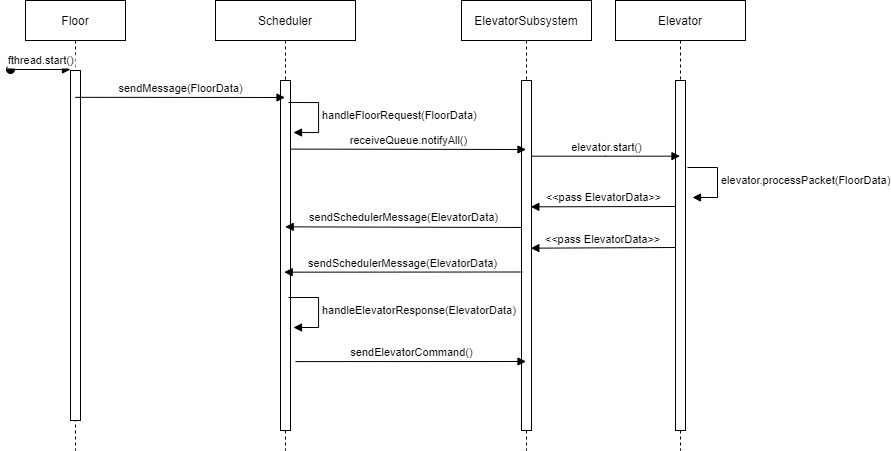
Before: diagrams/Iteration2Sequence.png, a diagram exported from draw.io (slukic0/elevator). Source tidied: cells renumbered, new cells last; positions are measured from the earlier drawing's top-left corner, leaving out a move shared by most shapes. Its diagram source:
```xml
<mxGraphModel>
  <root>
    <mxCell id="0" />
    <mxCell id="1" parent="0" />
    <mxCell id="2" value="Floor" style="shape=umlLifeline;perimeter=lifelinePerimeter;rounded=0;shadow=0;strokeWidth=1;" parent="1" vertex="1">
      <mxGeometry x="15" width="100" height="450" as="geometry" />
    </mxCell>
    <mxCell id="3" style="perimeter=orthogonalPerimeter;rounded=0;shadow=0;strokeWidth=1;" parent="2" vertex="1">
      <mxGeometry x="45" y="70" width="10" height="350" as="geometry" />
    </mxCell>
    <mxCell id="4" value="fthread.start()" style="verticalAlign=bottom;startArrow=oval;endArrow=block;startSize=8;shadow=0;strokeWidth=1;" parent="2" edge="1">
      <mxGeometry relative="1" as="geometry">
        <mxPoint x="-15" y="69" as="sourcePoint" />
        <mxPoint x="45" y="69" as="targetPoint" />
      </mxGeometry>
    </mxCell>
    <mxCell id="5" value="ElevatorSubsystem" style="shape=umlLifeline;perimeter=lifelinePerimeter;rounded=0;shadow=0;strokeWidth=1;" parent="1" vertex="1">
      <mxGeometry x="451" width="130" height="450" as="geometry" />
    </mxCell>
    <mxCell id="6" style="perimeter=orthogonalPerimeter;rounded=0;shadow=0;strokeWidth=1;" parent="5" vertex="1">
      <mxGeometry x="60" y="80" width="10" height="350" as="geometry" />
    </mxCell>
    <mxCell id="7" value="Scheduler" style="shape=umlLifeline;perimeter=lifelinePerimeter;rounded=0;shadow=0;strokeWidth=1;" parent="1" vertex="1">
      <mxGeometry x="205" width="140" height="450" as="geometry" />
    </mxCell>
    <mxCell id="8" style="points=[];perimeter=orthogonalPerimeter;rounded=0;shadow=0;strokeWidth=1;" parent="7" vertex="1">
      <mxGeometry x="65" y="80" width="10" height="350" as="geometry" />
    </mxCell>
    <mxCell id="9" value="sendMessage(FloorData)" style="html=1;verticalAlign=bottom;endArrow=block;edgeStyle=elbowEdgeStyle;elbow=vertical;curved=0;rounded=0;" parent="1" edge="1">
      <mxGeometry relative="1" as="geometry">
        <mxPoint x="64.7" y="96.8" as="sourcePoint" />
        <mxPoint x="274.5" y="96.8" as="targetPoint" />
      </mxGeometry>
    </mxCell>
    <mxCell id="10" value="handleFloorRequest(FloorData)" style="html=1;align=left;spacingLeft=2;endArrow=block;rounded=0;edgeStyle=orthogonalEdgeStyle;curved=0;rounded=0;" parent="1" edge="1">
      <mxGeometry relative="1" as="geometry">
        <mxPoint x="278" y="102" as="sourcePoint" />
        <mxPoint x="283" y="132" as="targetPoint" />
        <Array as="points">
          <mxPoint x="308" y="132" />
        </Array>
      </mxGeometry>
    </mxCell>
    <mxCell id="11" value="receiveQueue.notifyAll()" style="html=1;verticalAlign=bottom;endArrow=block;edgeStyle=elbowEdgeStyle;elbow=vertical;curved=0;rounded=0;exitX=0.941;exitY=0.196;exitDx=0;exitDy=0;exitPerimeter=0;" parent="1" edge="1" source="8" target="5">
      <mxGeometry relative="1" as="geometry" />
    </mxCell>
    <mxCell id="12" value="elevator.processPacket(FloorData)" style="html=1;align=left;spacingLeft=2;endArrow=block;rounded=0;edgeStyle=orthogonalEdgeStyle;curved=0;rounded=0;" parent="1" edge="1">
      <mxGeometry relative="1" as="geometry">
        <mxPoint x="677" y="167" as="sourcePoint" />
        <mxPoint x="682" y="197" as="targetPoint" />
        <Array as="points">
          <mxPoint x="707" y="197" />
        </Array>
      </mxGeometry>
    </mxCell>
    <mxCell id="13" value="sendSchedulerMessage(ElevatorData)" style="html=1;verticalAlign=bottom;endArrow=block;edgeStyle=elbowEdgeStyle;elbow=vertical;curved=0;rounded=0;" parent="1" edge="1">
      <mxGeometry relative="1" as="geometry">
        <mxPoint x="511" y="227" as="sourcePoint" />
        <mxPoint x="274.7" y="226.8" as="targetPoint" />
      </mxGeometry>
    </mxCell>
    <mxCell id="14" value="sendSchedulerMessage(ElevatorData)" style="html=1;verticalAlign=bottom;endArrow=block;edgeStyle=elbowEdgeStyle;elbow=vertical;curved=0;rounded=0;exitX=0.104;exitY=0.43;exitDx=0;exitDy=0;exitPerimeter=0;" parent="1" edge="1">
      <mxGeometry relative="1" as="geometry">
        <mxPoint x="512" y="271.5" as="sourcePoint" />
        <mxPoint x="273.7" y="271.8" as="targetPoint" />
      </mxGeometry>
    </mxCell>
    <mxCell id="15" value="handleElevatorResponse(ElevatorData)" style="html=1;align=left;spacingLeft=2;endArrow=block;rounded=0;edgeStyle=orthogonalEdgeStyle;curved=0;rounded=0;" parent="1" edge="1">
      <mxGeometry relative="1" as="geometry">
        <mxPoint x="278" y="297" as="sourcePoint" />
        <mxPoint x="283" y="327" as="targetPoint" />
        <Array as="points">
          <mxPoint x="308" y="327" />
        </Array>
      </mxGeometry>
    </mxCell>
    <mxCell id="16" value="sendElevatorCommand()" style="html=1;verticalAlign=bottom;endArrow=block;edgeStyle=elbowEdgeStyle;elbow=vertical;curved=0;rounded=0;exitX=1.5;exitY=0.686;exitDx=0;exitDy=0;exitPerimeter=0;" parent="1" edge="1">
      <mxGeometry relative="1" as="geometry">
        <mxPoint x="285" y="361.1" as="sourcePoint" />
        <mxPoint x="515.5" y="360.7" as="targetPoint" />
      </mxGeometry>
    </mxCell>
    <mxCell id="17" value="Elevator" style="shape=umlLifeline;perimeter=lifelinePerimeter;rounded=0;shadow=0;strokeWidth=1;" parent="1" vertex="1">
      <mxGeometry x="605" width="130" height="450" as="geometry" />
    </mxCell>
    <mxCell id="18" style="perimeter=orthogonalPerimeter;rounded=0;shadow=0;strokeWidth=1;" parent="17" vertex="1">
      <mxGeometry x="60" y="80" width="10" height="350" as="geometry" />
    </mxCell>
    <mxCell id="19" value="elevator.start()" style="html=1;verticalAlign=bottom;endArrow=block;edgeStyle=elbowEdgeStyle;elbow=vertical;curved=0;rounded=0;" parent="1" edge="1">
      <mxGeometry relative="1" as="geometry">
        <mxPoint x="521" y="155.7" as="sourcePoint" />
        <mxPoint x="669.5" y="155.7" as="targetPoint" />
      </mxGeometry>
    </mxCell>
    <mxCell id="20" value="&amp;lt;&amp;lt;pass ElevatorData&amp;gt;&amp;gt;" style="html=1;verticalAlign=bottom;endArrow=block;edgeStyle=elbowEdgeStyle;elbow=vertical;curved=0;rounded=0;entryX=0.933;entryY=0.347;entryDx=0;entryDy=0;entryPerimeter=0;" parent="1" edge="1">
      <mxGeometry relative="1" as="geometry">
        <mxPoint x="665" y="206" as="sourcePoint" />
        <mxPoint x="520.3" y="206.5" as="targetPoint" />
      </mxGeometry>
    </mxCell>
    <mxCell id="21" value="&amp;lt;&amp;lt;pass ElevatorData&amp;gt;&amp;gt;" style="html=1;verticalAlign=bottom;endArrow=block;edgeStyle=elbowEdgeStyle;elbow=vertical;curved=0;rounded=0;entryX=0.933;entryY=0.347;entryDx=0;entryDy=0;entryPerimeter=0;" parent="1" edge="1">
      <mxGeometry relative="1" as="geometry">
        <mxPoint x="665" y="247" as="sourcePoint" />
        <mxPoint x="520.3" y="247.5" as="targetPoint" />
      </mxGeometry>
    </mxCell>
  </root>
</mxGraphModel>
```
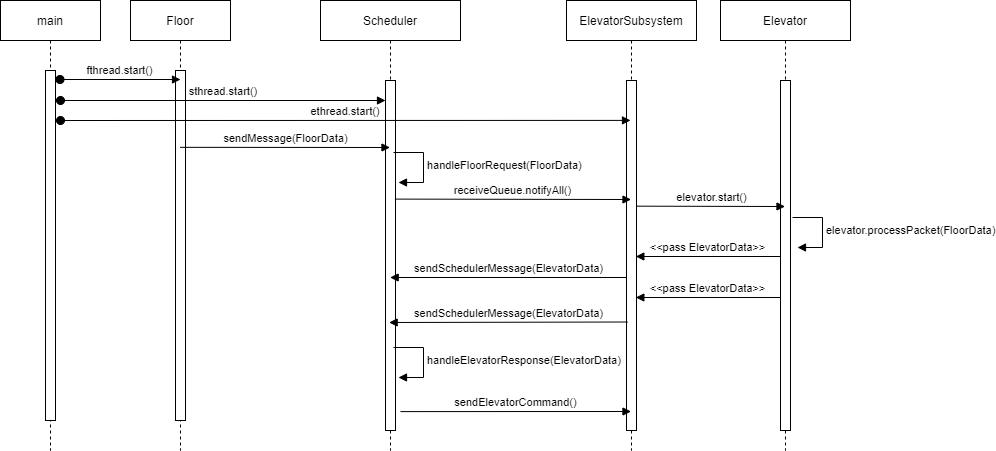
Above is the later version.

Commit message:
Update sequence diagram to include main

The edit, as a diff of the source:
```diff
@@ -8,12 +8,6 @@
     <mxCell id="3" style="perimeter=orthogonalPerimeter;rounded=0;shadow=0;strokeWidth=1;" parent="2" vertex="1">
       <mxGeometry x="45" y="70" width="10" height="350" as="geometry" />
     </mxCell>
-    <mxCell id="4" value="fthread.start()" style="verticalAlign=bottom;startArrow=oval;endArrow=block;startSize=8;shadow=0;strokeWidth=1;" parent="2" edge="1">
-      <mxGeometry relative="1" as="geometry">
-        <mxPoint x="-15" y="69" as="sourcePoint" />
-        <mxPoint x="45" y="69" as="targetPoint" />
-      </mxGeometry>
-    </mxCell>
     <mxCell id="5" value="ElevatorSubsystem" style="shape=umlLifeline;perimeter=lifelinePerimeter;rounded=0;shadow=0;strokeWidth=1;" parent="1" vertex="1">
       <mxGeometry x="451" width="130" height="450" as="geometry" />
     </mxCell>
@@ -28,56 +22,59 @@
     </mxCell>
     <mxCell id="9" value="sendMessage(FloorData)" style="html=1;verticalAlign=bottom;endArrow=block;edgeStyle=elbowEdgeStyle;elbow=vertical;curved=0;rounded=0;" parent="1" edge="1">
       <mxGeometry relative="1" as="geometry">
-        <mxPoint x="64.7" y="96.8" as="sourcePoint" />
-        <mxPoint x="274.5" y="96.8" as="targetPoint" />
+        <mxPoint x="64.7" y="146.8" as="sourcePoint" />
+        <mxPoint x="274.5" y="146.8" as="targetPoint" />
       </mxGeometry>
     </mxCell>
     <mxCell id="10" value="handleFloorRequest(FloorData)" style="html=1;align=left;spacingLeft=2;endArrow=block;rounded=0;edgeStyle=orthogonalEdgeStyle;curved=0;rounded=0;" parent="1" edge="1">
       <mxGeometry relative="1" as="geometry">
-        <mxPoint x="278" y="102" as="sourcePoint" />
-        <mxPoint x="283" y="132" as="targetPoint" />
+        <mxPoint x="278" y="152" as="sourcePoint" />
+        <mxPoint x="283" y="182" as="targetPoint" />
         <Array as="points">
-          <mxPoint x="308" y="132" />
+          <mxPoint x="308" y="182" />
         </Array>
       </mxGeometry>
     </mxCell>
-    <mxCell id="11" value="receiveQueue.notifyAll()" style="html=1;verticalAlign=bottom;endArrow=block;edgeStyle=elbowEdgeStyle;elbow=vertical;curved=0;rounded=0;exitX=0.941;exitY=0.196;exitDx=0;exitDy=0;exitPerimeter=0;" parent="1" edge="1" source="8" target="5">
-      <mxGeometry relative="1" as="geometry" />
+    <mxCell id="11" value="receiveQueue.notifyAll()" style="html=1;verticalAlign=bottom;endArrow=block;edgeStyle=elbowEdgeStyle;elbow=vertical;curved=0;rounded=0;exitX=0.941;exitY=0.196;exitDx=0;exitDy=0;exitPerimeter=0;" parent="1" edge="1">
+      <mxGeometry relative="1" as="geometry">
+        <mxPoint x="279.4" y="198.6" as="sourcePoint" />
+        <mxPoint x="515.5" y="199" as="targetPoint" />
+      </mxGeometry>
     </mxCell>
     <mxCell id="12" value="elevator.processPacket(FloorData)" style="html=1;align=left;spacingLeft=2;endArrow=block;rounded=0;edgeStyle=orthogonalEdgeStyle;curved=0;rounded=0;" parent="1" edge="1">
       <mxGeometry relative="1" as="geometry">
-        <mxPoint x="677" y="167" as="sourcePoint" />
-        <mxPoint x="682" y="197" as="targetPoint" />
+        <mxPoint x="677" y="217" as="sourcePoint" />
+        <mxPoint x="682" y="247" as="targetPoint" />
         <Array as="points">
-          <mxPoint x="707" y="197" />
+          <mxPoint x="707" y="247" />
         </Array>
       </mxGeometry>
     </mxCell>
     <mxCell id="13" value="sendSchedulerMessage(ElevatorData)" style="html=1;verticalAlign=bottom;endArrow=block;edgeStyle=elbowEdgeStyle;elbow=vertical;curved=0;rounded=0;" parent="1" edge="1">
       <mxGeometry relative="1" as="geometry">
-        <mxPoint x="511" y="227" as="sourcePoint" />
-        <mxPoint x="274.7" y="226.8" as="targetPoint" />
+        <mxPoint x="511" y="277" as="sourcePoint" />
+        <mxPoint x="274.7" y="276.8" as="targetPoint" />
       </mxGeometry>
     </mxCell>
     <mxCell id="14" value="sendSchedulerMessage(ElevatorData)" style="html=1;verticalAlign=bottom;endArrow=block;edgeStyle=elbowEdgeStyle;elbow=vertical;curved=0;rounded=0;exitX=0.104;exitY=0.43;exitDx=0;exitDy=0;exitPerimeter=0;" parent="1" edge="1">
       <mxGeometry relative="1" as="geometry">
-        <mxPoint x="512" y="271.5" as="sourcePoint" />
-        <mxPoint x="273.7" y="271.8" as="targetPoint" />
+        <mxPoint x="512" y="321.5" as="sourcePoint" />
+        <mxPoint x="273.7" y="321.8" as="targetPoint" />
       </mxGeometry>
     </mxCell>
     <mxCell id="15" value="handleElevatorResponse(ElevatorData)" style="html=1;align=left;spacingLeft=2;endArrow=block;rounded=0;edgeStyle=orthogonalEdgeStyle;curved=0;rounded=0;" parent="1" edge="1">
       <mxGeometry relative="1" as="geometry">
-        <mxPoint x="278" y="297" as="sourcePoint" />
-        <mxPoint x="283" y="327" as="targetPoint" />
+        <mxPoint x="278" y="347" as="sourcePoint" />
+        <mxPoint x="283" y="377" as="targetPoint" />
         <Array as="points">
-          <mxPoint x="308" y="327" />
+          <mxPoint x="308" y="377" />
         </Array>
       </mxGeometry>
     </mxCell>
     <mxCell id="16" value="sendElevatorCommand()" style="html=1;verticalAlign=bottom;endArrow=block;edgeStyle=elbowEdgeStyle;elbow=vertical;curved=0;rounded=0;exitX=1.5;exitY=0.686;exitDx=0;exitDy=0;exitPerimeter=0;" parent="1" edge="1">
       <mxGeometry relative="1" as="geometry">
-        <mxPoint x="285" y="361.1" as="sourcePoint" />
-        <mxPoint x="515.5" y="360.7" as="targetPoint" />
+        <mxPoint x="285" y="411.1" as="sourcePoint" />
+        <mxPoint x="515.5" y="410.7" as="targetPoint" />
       </mxGeometry>
     </mxCell>
     <mxCell id="17" value="Elevator" style="shape=umlLifeline;perimeter=lifelinePerimeter;rounded=0;shadow=0;strokeWidth=1;" parent="1" vertex="1">
@@ -88,21 +85,44 @@
     </mxCell>
     <mxCell id="19" value="elevator.start()" style="html=1;verticalAlign=bottom;endArrow=block;edgeStyle=elbowEdgeStyle;elbow=vertical;curved=0;rounded=0;" parent="1" edge="1">
       <mxGeometry relative="1" as="geometry">
-        <mxPoint x="521" y="155.7" as="sourcePoint" />
-        <mxPoint x="669.5" y="155.7" as="targetPoint" />
+        <mxPoint x="521" y="205.7" as="sourcePoint" />
+        <mxPoint x="669.5" y="205.7" as="targetPoint" />
       </mxGeometry>
     </mxCell>
     <mxCell id="20" value="&amp;lt;&amp;lt;pass ElevatorData&amp;gt;&amp;gt;" style="html=1;verticalAlign=bottom;endArrow=block;edgeStyle=elbowEdgeStyle;elbow=vertical;curved=0;rounded=0;entryX=0.933;entryY=0.347;entryDx=0;entryDy=0;entryPerimeter=0;" parent="1" edge="1">
       <mxGeometry relative="1" as="geometry">
-        <mxPoint x="665" y="206" as="sourcePoint" />
-        <mxPoint x="520.3" y="206.5" as="targetPoint" />
+        <mxPoint x="665" y="256" as="sourcePoint" />
+        <mxPoint x="520.3" y="256.5" as="targetPoint" />
       </mxGeometry>
     </mxCell>
     <mxCell id="21" value="&amp;lt;&amp;lt;pass ElevatorData&amp;gt;&amp;gt;" style="html=1;verticalAlign=bottom;endArrow=block;edgeStyle=elbowEdgeStyle;elbow=vertical;curved=0;rounded=0;entryX=0.933;entryY=0.347;entryDx=0;entryDy=0;entryPerimeter=0;" parent="1" edge="1">
       <mxGeometry relative="1" as="geometry">
-        <mxPoint x="665" y="247" as="sourcePoint" />
-        <mxPoint x="520.3" y="247.5" as="targetPoint" />
+        <mxPoint x="665" y="297" as="sourcePoint" />
+        <mxPoint x="520.3" y="297.5" as="targetPoint" />
       </mxGeometry>
     </mxCell>
+    <mxCell id="22" value="main" style="shape=umlLifeline;perimeter=lifelinePerimeter;rounded=0;shadow=0;strokeWidth=1;" parent="1" vertex="1">
+      <mxGeometry x="-115" width="100" height="450" as="geometry" />
+    </mxCell>
+    <mxCell id="23" style="perimeter=orthogonalPerimeter;rounded=0;shadow=0;strokeWidth=1;" parent="22" vertex="1">
+      <mxGeometry x="45" y="70" width="10" height="350" as="geometry" />
+    </mxCell>
+    <mxCell id="4" value="fthread.start()" style="verticalAlign=bottom;startArrow=oval;endArrow=block;startSize=8;shadow=0;strokeWidth=1;" parent="22" edge="1">
+      <mxGeometry relative="1" as="geometry">
+        <mxPoint x="59.5" y="79" as="sourcePoint" />
+        <mxPoint x="180" y="79" as="targetPoint" />
+      </mxGeometry>
+    </mxCell>
+    <mxCell id="24" value="ethread.start()" style="verticalAlign=bottom;startArrow=oval;endArrow=block;startSize=8;shadow=0;strokeWidth=1;entryX=0.4;entryY=0.114;entryDx=0;entryDy=0;entryPerimeter=0;" parent="22" edge="1">
+      <mxGeometry relative="1" as="geometry">
+        <mxPoint x="60" y="120" as="sourcePoint" />
+        <mxPoint x="630" y="119.9" as="targetPoint" />
+      </mxGeometry>
+    </mxCell>
+    <mxCell id="25" value="sthread.start()" style="verticalAlign=bottom;startArrow=oval;endArrow=block;startSize=8;shadow=0;strokeWidth=1;" parent="1" edge="1" target="8">
+      <mxGeometry relative="1" as="geometry">
+        <mxPoint x="-55" y="100" as="sourcePoint" />
+      </mxGeometry>
+    </mxCell>
   </root>
 </mxGraphModel>
```
